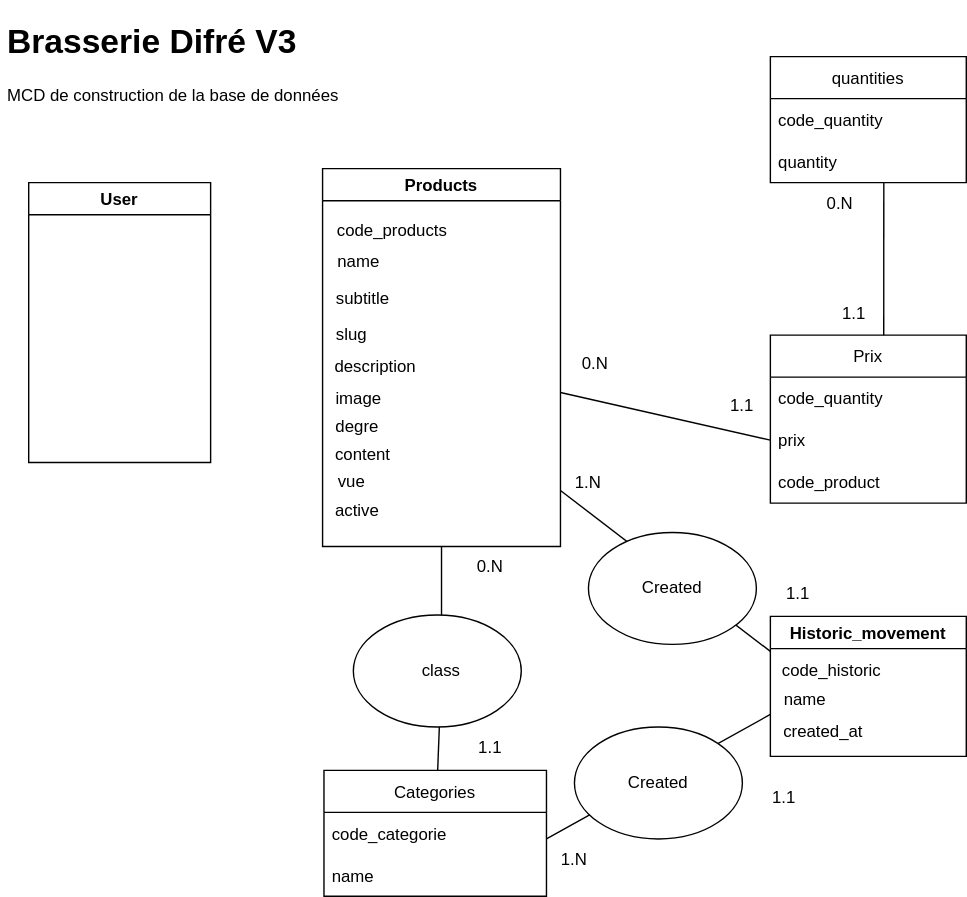
Earlier version of the draw.io export sources/mcd.drawio.svg (maitrecanard/brasseriedifre_v3). Source tidied: cells renumbered, new cells last; positions are measured from the earlier drawing's top-left corner, leaving out a move shared by most shapes.
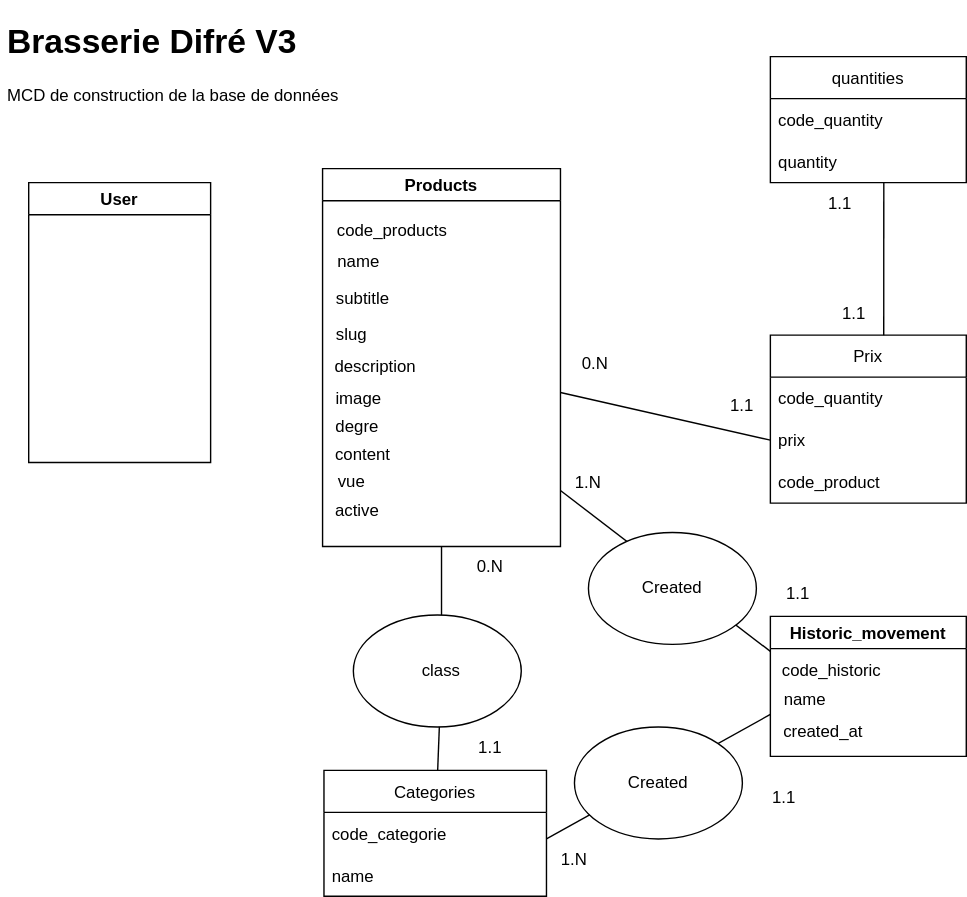
The same file after the commit.

What changed in the source:
```diff
@@ -106,7 +106,7 @@
     <mxCell id="34" value="1.1" style="text;html=1;strokeColor=none;fillColor=none;align=center;verticalAlign=middle;whiteSpace=wrap;rounded=0;" parent="1" vertex="1">
       <mxGeometry x="500" y="265" width="60" height="30" as="geometry" />
     </mxCell>
-    <mxCell id="35" value="0.N" style="text;html=1;strokeColor=none;fillColor=none;align=center;verticalAlign=middle;whiteSpace=wrap;rounded=0;" parent="1" vertex="1">
+    <mxCell id="35" value="1.1" style="text;html=1;strokeColor=none;fillColor=none;align=center;verticalAlign=middle;whiteSpace=wrap;rounded=0;" parent="1" vertex="1">
       <mxGeometry x="570" y="120" width="60" height="30" as="geometry" />
     </mxCell>
     <mxCell id="36" value="1.1" style="text;html=1;strokeColor=none;fillColor=none;align=center;verticalAlign=middle;whiteSpace=wrap;rounded=0;" parent="1" vertex="1">
```
